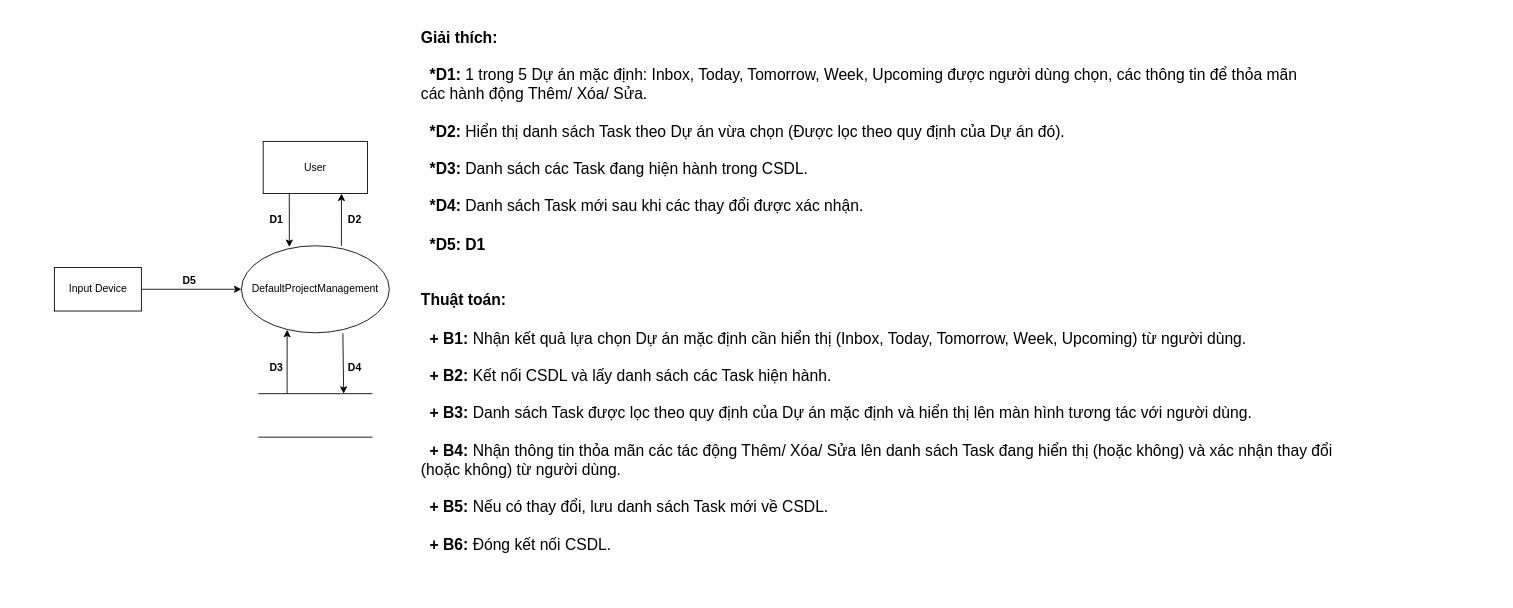
This is ToDoApp-Doc/Document/Diagram/General Diagram/DefaultProjectManagement/TQ_DefaultProjectManagement.drawio from Merevoli-DatLuu/To-Do-App, a draw.io file, before an edit. Source tidied: cells renumbered, new cells numbered last; positions are measured from the earlier drawing's top-left corner, leaving out a move shared by most shapes. Both pictures are drawn from the tidied source at 87%, with x=0, y=0 at pixel (15, 15).
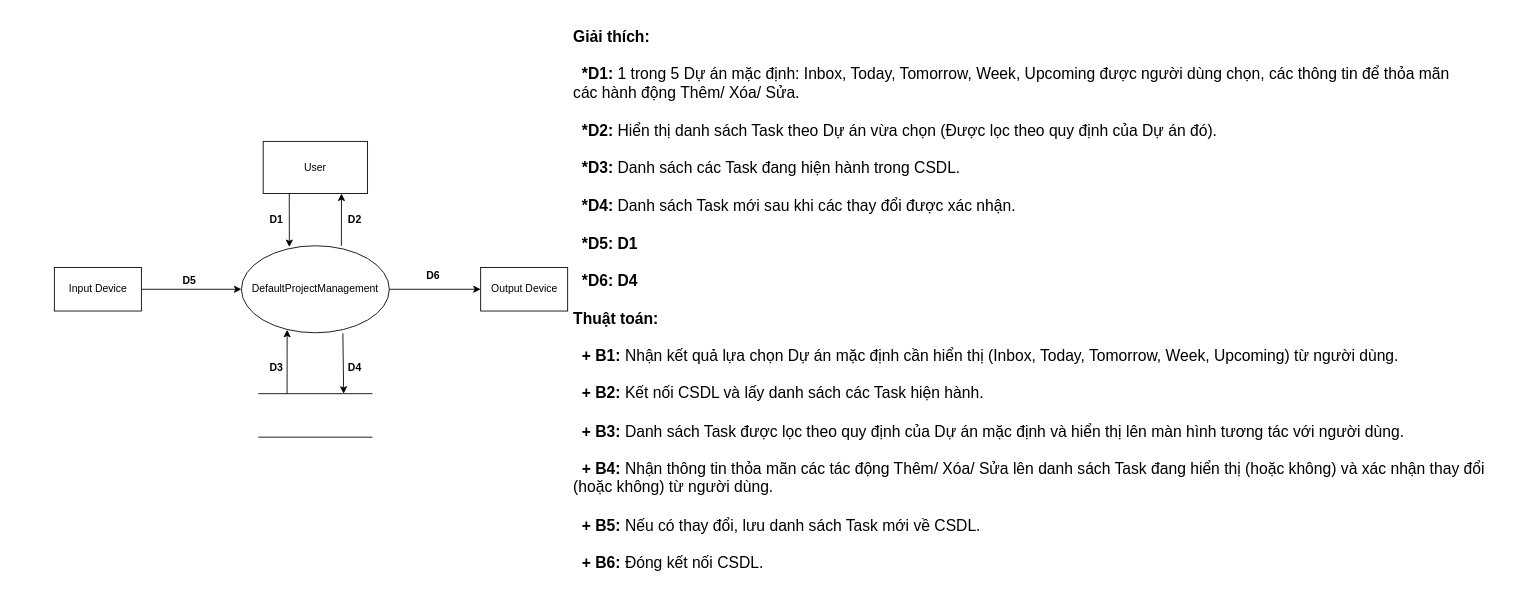
The same page after the edit.

The change refers to these unchanged cells:
```xml
<mxCell id="4" value="DefaultProjectManagement" style="ellipse;whiteSpace=wrap;html=1;" parent="1" vertex="1">
  <mxGeometry x="260" y="265" width="170" height="100" as="geometry" />
</mxCell>
```

Change to the diagram source:
```diff
@@
     <mxCell id="2" style="html=1;dashed=0;whitespace=wrap;strokeColor=none;" parent="1" vertex="1">
-      <mxGeometry width="1520" height="630" as="geometry" />
+      <mxGeometry width="1705" height="665" as="geometry" />
     </mxCell>
@@
+    <mxCell id="18" style="edgeStyle=orthogonalEdgeStyle;rounded=0;jettySize=auto;html=1;entryX=0;entryY=0.5;entryDx=0;entryDy=0;" parent="1" edge="1" source="4" target="19">
+      <mxGeometry relative="1" as="geometry" />
+    </mxCell>
@@
-    <mxCell id="17" value="&lt;div style=&quot;text-align: justify&quot;&gt;&lt;b style=&quot;font-size: 18px&quot;&gt;Giải thích:&lt;/b&gt;&lt;/div&gt;&lt;div style=&quot;text-align: justify&quot;&gt;&lt;b style=&quot;font-size: 18px&quot;&gt;&lt;br&gt;&lt;/b&gt;&lt;/div&gt;&lt;div style=&quot;font-size: 18px ; text-align: justify&quot;&gt;&lt;b&gt;&amp;nbsp; *D1:&amp;nbsp;&lt;/b&gt;1 trong 5&amp;nbsp;Dự án mặc định: Inbox, Today, Tomorrow,&amp;nbsp;&lt;span&gt;Week, Upcoming được người dùng chọn, các thông tin để thỏa mãn&lt;/span&gt;&lt;/div&gt;&lt;div style=&quot;font-size: 18px ; text-align: justify&quot;&gt;&lt;span&gt;các&amp;nbsp;&lt;/span&gt;&lt;span&gt;hành động&amp;nbsp;&lt;/span&gt;&lt;span&gt;Thêm/ Xóa/ Sửa.&lt;/span&gt;&lt;/div&gt;&lt;div style=&quot;font-size: 18px ; text-align: justify&quot;&gt;&lt;span&gt;&lt;br&gt;&lt;/span&gt;&lt;/div&gt;&lt;div style=&quot;font-size: 18px ; text-align: justify&quot;&gt;&amp;nbsp;&amp;nbsp;&lt;b&gt;*D2:&amp;nbsp;&lt;/b&gt;Hiển thị danh sách Task theo Dự án vừa chọn (Được lọc theo quy định của Dự án đó&lt;span&gt;).&lt;/span&gt;&lt;/div&gt;&lt;div style=&quot;font-size: 18px ; text-align: justify&quot;&gt;&lt;span&gt;&lt;br&gt;&lt;/span&gt;&lt;/div&gt;&lt;div style=&quot;font-size: 18px ; text-align: justify&quot;&gt;&amp;nbsp; &lt;b&gt;*D3:&lt;/b&gt;&amp;nbsp;Danh sách các Task đang hiện hành trong CSDL.&lt;/div&gt;&lt;div style=&quot;font-size: 18px ; text-align: justify&quot;&gt;&lt;br&gt;&lt;/div&gt;&lt;div style=&quot;font-size: 18px ; text-align: justify&quot;&gt;&amp;nbsp; &lt;b&gt;*D4: &lt;/b&gt;Danh sách Task mới sau khi các thay đổi được xác nhận.&lt;/div&gt;&lt;div style=&quot;font-size: 18px ; text-align: justify&quot;&gt;&lt;br&gt;&lt;/div&gt;&lt;div style=&quot;font-size: 18px ; text-align: justify&quot;&gt;&amp;nbsp; &lt;b&gt;*D5: D1&lt;/b&gt;&lt;/div&gt;&lt;div style=&quot;font-size: 18px ; text-align: justify&quot;&gt;&lt;br&gt;&lt;/div&gt;&lt;div style=&quot;font-size: 18px ; text-align: justify&quot;&gt;&lt;br&gt;&lt;/div&gt;&lt;div style=&quot;font-size: 18px ; text-align: justify&quot;&gt;&lt;b&gt;Thuật toán:&lt;/b&gt;&lt;/div&gt;&lt;div style=&quot;font-size: 18px ; text-align: justify&quot;&gt;&lt;b&gt;&lt;br&gt;&lt;/b&gt;&lt;/div&gt;&lt;div style=&quot;font-size: 18px ; text-align: justify&quot;&gt;&lt;b&gt;&amp;nbsp; + B1: &lt;/b&gt;Nhận kết quả&amp;nbsp;lựa chọn Dự án mặc định cần hiển thị (Inbox, Today, Tomorrow, Week, Upcoming) từ người dùng.&lt;/div&gt;&lt;div style=&quot;font-size: 18px ; text-align: justify&quot;&gt;&lt;span&gt;&lt;br&gt;&lt;/span&gt;&lt;/div&gt;&lt;div style=&quot;font-size: 18px ; text-align: justify&quot;&gt;&lt;b&gt;&amp;nbsp; + B2: &lt;/b&gt;Kết nối CSDL và lấy danh sách các Task hiện hành.&lt;/div&gt;&lt;div style=&quot;font-size: 18px ; text-align: justify&quot;&gt;&lt;br&gt;&lt;/div&gt;&lt;div style=&quot;font-size: 18px ; text-align: justify&quot;&gt;&lt;b&gt;&amp;nbsp; + B3: &lt;/b&gt;Danh sách Task được lọc theo quy định của Dự án mặc định và hiển thị lên màn hình tương tác với người dùng.&lt;/div&gt;&lt;div style=&quot;font-size: 18px ; text-align: justify&quot;&gt;&lt;br&gt;&lt;/div&gt;&lt;div style=&quot;font-size: 18px ; text-align: justify&quot;&gt;&lt;b&gt;&amp;nbsp; + B4: &lt;/b&gt;Nhận thông tin thỏa mãn các tác động Thêm/ Xóa/ Sửa lên danh sách Task đang hiển thị (hoặc không) và xác nhận thay đổi&lt;/div&gt;&lt;div style=&quot;font-size: 18px ; text-align: justify&quot;&gt;(hoặc không) từ người dùng.&lt;/div&gt;&lt;div style=&quot;font-size: 18px ; text-align: justify&quot;&gt;&lt;br&gt;&lt;/div&gt;&lt;div style=&quot;font-size: 18px ; text-align: justify&quot;&gt;&lt;b&gt;&amp;nbsp; + B5: &lt;/b&gt;Nếu có thay đổi, lưu danh sách Task mới về CSDL.&lt;/div&gt;&lt;div style=&quot;font-size: 18px ; text-align: justify&quot;&gt;&lt;br&gt;&lt;/div&gt;&lt;div style=&quot;font-size: 18px ; text-align: justify&quot;&gt;&lt;b&gt;&amp;nbsp; + B6: &lt;/b&gt;Đóng kết nối CSDL.&lt;/div&gt;&lt;div&gt;&lt;br&gt;&lt;/div&gt;" style="text;html=1;align=center;verticalAlign=middle;" parent="1" vertex="1">
-      <mxGeometry x="460" y="125" width="1060" height="400" as="geometry" />
+    <mxCell id="17" value="&lt;div style=&quot;text-align: justify&quot;&gt;&lt;b style=&quot;font-size: 18px&quot;&gt;Giải thích:&lt;/b&gt;&lt;/div&gt;&lt;div style=&quot;text-align: justify&quot;&gt;&lt;b style=&quot;font-size: 18px&quot;&gt;&lt;br&gt;&lt;/b&gt;&lt;/div&gt;&lt;div style=&quot;font-size: 18px ; text-align: justify&quot;&gt;&lt;b&gt;&amp;nbsp; *D1:&amp;nbsp;&lt;/b&gt;1 trong 5&amp;nbsp;Dự án mặc định: Inbox, Today, Tomorrow,&amp;nbsp;&lt;span&gt;Week, Upcoming được người dùng chọn, các thông tin để thỏa mãn&lt;/span&gt;&lt;/div&gt;&lt;div style=&quot;font-size: 18px ; text-align: justify&quot;&gt;&lt;span&gt;các&amp;nbsp;&lt;/span&gt;&lt;span&gt;hành động&amp;nbsp;&lt;/span&gt;&lt;span&gt;Thêm/ Xóa/ Sửa.&lt;/span&gt;&lt;/div&gt;&lt;div style=&quot;font-size: 18px ; text-align: justify&quot;&gt;&lt;span&gt;&lt;br&gt;&lt;/span&gt;&lt;/div&gt;&lt;div style=&quot;font-size: 18px ; text-align: justify&quot;&gt;&amp;nbsp;&amp;nbsp;&lt;b&gt;*D2:&amp;nbsp;&lt;/b&gt;Hiển thị danh sách Task theo Dự án vừa chọn (Được lọc theo quy định của Dự án đó&lt;span&gt;).&lt;/span&gt;&lt;/div&gt;&lt;div style=&quot;font-size: 18px ; text-align: justify&quot;&gt;&lt;span&gt;&lt;br&gt;&lt;/span&gt;&lt;/div&gt;&lt;div style=&quot;font-size: 18px ; text-align: justify&quot;&gt;&amp;nbsp; &lt;b&gt;*D3:&lt;/b&gt;&amp;nbsp;Danh sách các Task đang hiện hành trong CSDL.&lt;/div&gt;&lt;div style=&quot;font-size: 18px ; text-align: justify&quot;&gt;&lt;br&gt;&lt;/div&gt;&lt;div style=&quot;font-size: 18px ; text-align: justify&quot;&gt;&amp;nbsp; &lt;b&gt;*D4: &lt;/b&gt;Danh sách Task mới sau khi các thay đổi được xác nhận.&lt;/div&gt;&lt;div style=&quot;font-size: 18px ; text-align: justify&quot;&gt;&lt;br&gt;&lt;/div&gt;&lt;div style=&quot;font-size: 18px ; text-align: justify&quot;&gt;&amp;nbsp; &lt;b&gt;*D5: D1&lt;/b&gt;&lt;/div&gt;&lt;div style=&quot;font-size: 18px ; text-align: justify&quot;&gt;&lt;b&gt;&lt;br&gt;&lt;/b&gt;&lt;/div&gt;&lt;div style=&quot;font-size: 18px ; text-align: justify&quot;&gt;&amp;nbsp; &lt;b&gt;*D6: D4&lt;/b&gt;&lt;/div&gt;&lt;div style=&quot;font-size: 18px ; text-align: justify&quot;&gt;&lt;br&gt;&lt;/div&gt;&lt;div style=&quot;font-size: 18px ; text-align: justify&quot;&gt;&lt;b&gt;Thuật toán:&lt;/b&gt;&lt;/div&gt;&lt;div style=&quot;font-size: 18px ; text-align: justify&quot;&gt;&lt;b&gt;&lt;br&gt;&lt;/b&gt;&lt;/div&gt;&lt;div style=&quot;font-size: 18px ; text-align: justify&quot;&gt;&lt;b&gt;&amp;nbsp; + B1: &lt;/b&gt;Nhận kết quả&amp;nbsp;lựa chọn Dự án mặc định cần hiển thị (Inbox, Today, Tomorrow, Week, Upcoming) từ người dùng.&lt;/div&gt;&lt;div style=&quot;font-size: 18px ; text-align: justify&quot;&gt;&lt;span&gt;&lt;br&gt;&lt;/span&gt;&lt;/div&gt;&lt;div style=&quot;font-size: 18px ; text-align: justify&quot;&gt;&lt;b&gt;&amp;nbsp; + B2: &lt;/b&gt;Kết nối CSDL và lấy danh sách các Task hiện hành.&lt;/div&gt;&lt;div style=&quot;font-size: 18px ; text-align: justify&quot;&gt;&lt;br&gt;&lt;/div&gt;&lt;div style=&quot;font-size: 18px ; text-align: justify&quot;&gt;&lt;b&gt;&amp;nbsp; + B3: &lt;/b&gt;Danh sách Task được lọc theo quy định của Dự án mặc định và hiển thị lên màn hình tương tác với người dùng.&lt;/div&gt;&lt;div style=&quot;font-size: 18px ; text-align: justify&quot;&gt;&lt;br&gt;&lt;/div&gt;&lt;div style=&quot;font-size: 18px ; text-align: justify&quot;&gt;&lt;b&gt;&amp;nbsp; + B4: &lt;/b&gt;Nhận thông tin thỏa mãn các tác động Thêm/ Xóa/ Sửa lên danh sách Task đang hiển thị (hoặc không) và xác nhận thay đổi&lt;/div&gt;&lt;div style=&quot;font-size: 18px ; text-align: justify&quot;&gt;(hoặc không) từ người dùng.&lt;/div&gt;&lt;div style=&quot;font-size: 18px ; text-align: justify&quot;&gt;&lt;br&gt;&lt;/div&gt;&lt;div style=&quot;font-size: 18px ; text-align: justify&quot;&gt;&lt;b&gt;&amp;nbsp; + B5: &lt;/b&gt;Nếu có thay đổi, lưu danh sách Task mới về CSDL.&lt;/div&gt;&lt;div style=&quot;font-size: 18px ; text-align: justify&quot;&gt;&lt;br&gt;&lt;/div&gt;&lt;div style=&quot;font-size: 18px ; text-align: justify&quot;&gt;&lt;b&gt;&amp;nbsp; + B6: &lt;/b&gt;Đóng kết nối CSDL.&lt;/div&gt;&lt;div&gt;&lt;br&gt;&lt;/div&gt;" style="text;html=1;align=center;verticalAlign=middle;" parent="1" vertex="1">
+      <mxGeometry x="635" y="125" width="1060" height="420" as="geometry" />
     </mxCell>
+    <mxCell id="19" value="Output Device" style="html=1;dashed=0;whitespace=wrap;" parent="1" vertex="1">
+      <mxGeometry x="535" y="290" width="100" height="50" as="geometry" />
+    </mxCell>
+    <mxCell id="20" value="&lt;b&gt;D6&lt;/b&gt;" style="text;html=1;align=center;verticalAlign=middle;" parent="1" vertex="1">
+      <mxGeometry x="465" y="290" width="30" height="20" as="geometry" />
+    </mxCell>
```
